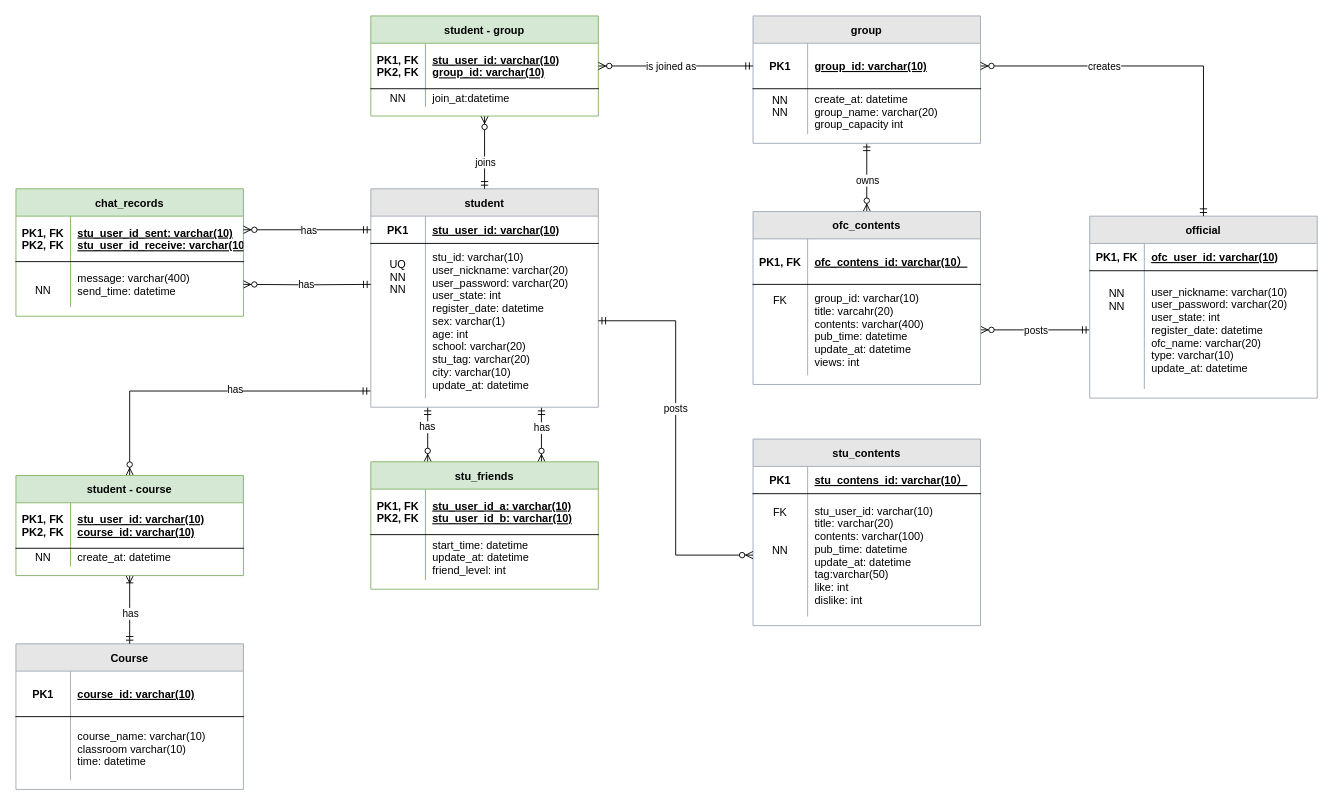
Above: Database Schema Diagram.drawio in LeoHolmes416/Code-Symphony (draw.io), before the change. Source tidied: cells renumbered, new cells numbered last; positions are measured from the earlier drawing's top-left corner, leaving out a move shared by most shapes. Both pictures are drawn from the tidied source at 91%, with x=0, y=0 at pixel (15, 15).
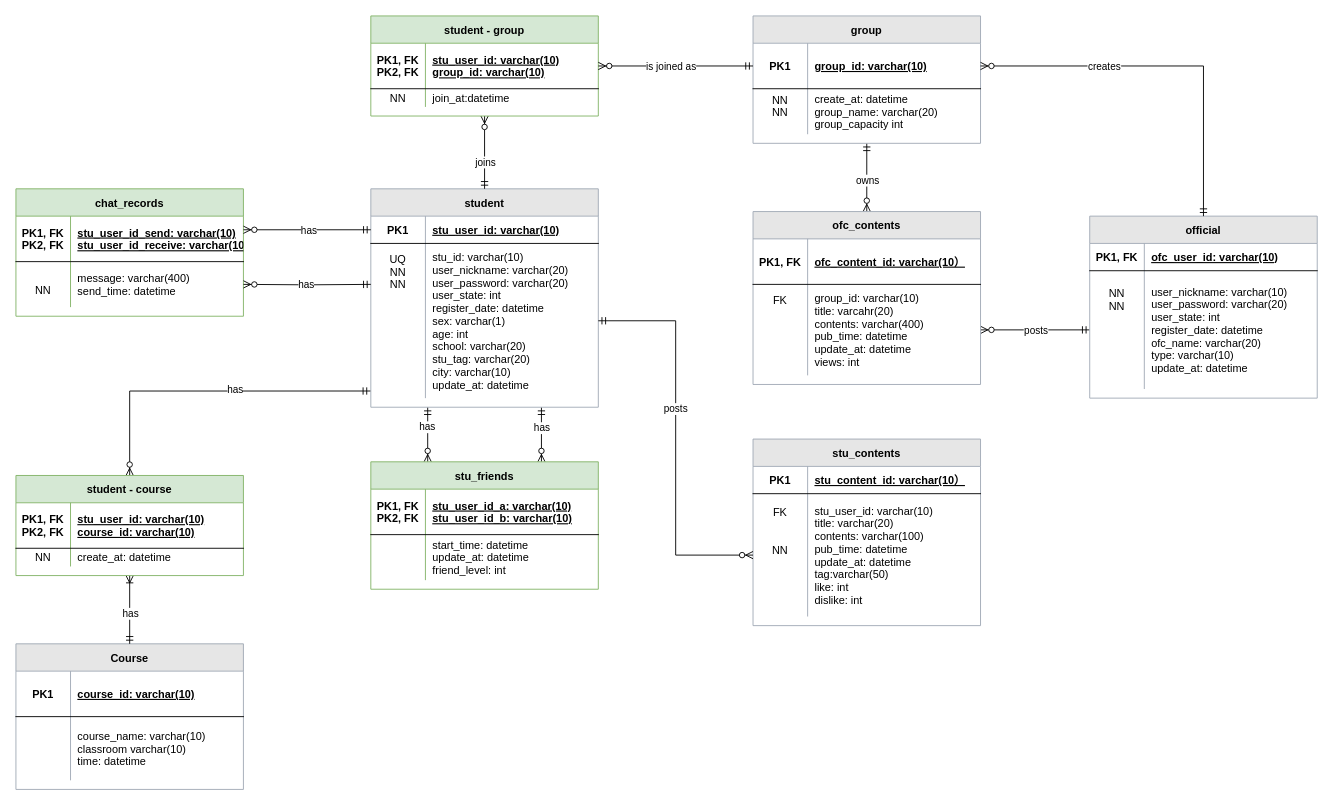
After the change.

The change refers to these unchanged cells:
```xml
<mxCell id="10" style="shape=partialRectangle;fillColor=none;points=[[0,0.5],[1,0.5]];portConstraint=eastwest;top=0;left=0;right=0;bottom=0;" parent="6" vertex="1">
  <mxGeometry y="60" width="250" height="170" as="geometry" />
</mxCell>
<mxCell id="39" style="shape=partialRectangle;fillColor=none;top=0;left=0;right=0;bottom=1;" parent="38" vertex="1">
  <mxGeometry y="30" width="250" height="30" as="geometry" />
</mxCell>
<mxCell id="46" style="shape=partialRectangle;fillColor=none;top=0;left=0;right=0;bottom=1;" parent="45" vertex="1">
  <mxGeometry y="30" width="250" height="50" as="geometry" />
</mxCell>
<mxCell id="66" style="shape=partialRectangle;fillColor=none;top=0;left=0;right=0;bottom=1;" parent="65" vertex="1">
  <mxGeometry y="30" width="250" height="50" as="geometry" />
</mxCell>
```

What changed in the source:
```diff
@@
-    <mxCell id="11" value="UQ&#10;NN&#10;NN" style="shape=partialRectangle;overflow=hidden;fillColor=none;top=0;left=0;bottom=0;right=0;spacingTop=-97;" parent="10" vertex="1">
+    <mxCell id="11" value="UQ&#10;NN&#10;NN" style="shape=partialRectangle;overflow=hidden;fillColor=none;top=0;left=0;bottom=0;right=0;spacingTop=-108;" parent="10" vertex="1">
       <mxGeometry width="60" height="170" as="geometry" />
     </mxCell>
@@
-    <mxCell id="41" value="stu_contens_id: varchar(10）" style="shape=partialRectangle;overflow=hidden;fillColor=none;top=0;left=0;bottom=0;right=0;align=left;spacingLeft=6;fontStyle=5;" parent="39" vertex="1">
+    <mxCell id="41" value="stu_content_id: varchar(10）" style="shape=partialRectangle;overflow=hidden;fillColor=none;top=0;left=0;bottom=0;right=0;align=left;spacingLeft=6;fontStyle=5;" parent="39" vertex="1">
       <mxGeometry x="60" width="190" height="30" as="geometry" />
     </mxCell>
@@
-    <mxCell id="48" value="ofc_contens_id: varchar(10）" style="shape=partialRectangle;overflow=hidden;fillColor=none;top=0;left=0;bottom=0;right=0;align=left;spacingLeft=6;fontStyle=5;" parent="46" vertex="1">
+    <mxCell id="48" value="ofc_content_id: varchar(10）" style="shape=partialRectangle;overflow=hidden;fillColor=none;top=0;left=0;bottom=0;right=0;align=left;spacingLeft=6;fontStyle=5;" parent="46" vertex="1">
       <mxGeometry x="60" width="190" height="50" as="geometry" />
     </mxCell>
@@
-    <mxCell id="68" value="stu_user_id_sent: varchar(10)&#10;stu_user_id_receive: varchar(10)" style="shape=partialRectangle;overflow=hidden;fillColor=none;top=0;left=0;bottom=0;right=0;align=left;spacingLeft=6;fontStyle=5;" parent="66" vertex="1">
+    <mxCell id="68" value="stu_user_id_send: varchar(10)&#10;stu_user_id_receive: varchar(10)" style="shape=partialRectangle;overflow=hidden;fillColor=none;top=0;left=0;bottom=0;right=0;align=left;spacingLeft=6;fontStyle=5;" parent="66" vertex="1">
       <mxGeometry x="60" width="190" height="50" as="geometry" />
     </mxCell>
```
